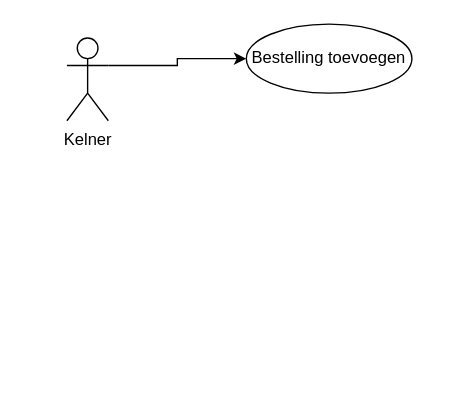
The draw.io diagram page "bestellingen" (1 of 2) of documentatie/usecase/usecase.drawio in Armaniimus/ARE_Galaxy-burger, before the edit. Source tidied: cells renumbered, new cells numbered last; positions are measured from the earlier drawing's top-left corner, leaving out a move shared by most shapes. Both pictures are drawn from the tidied source at 138%, with x=0, y=0 at pixel (66, 23).
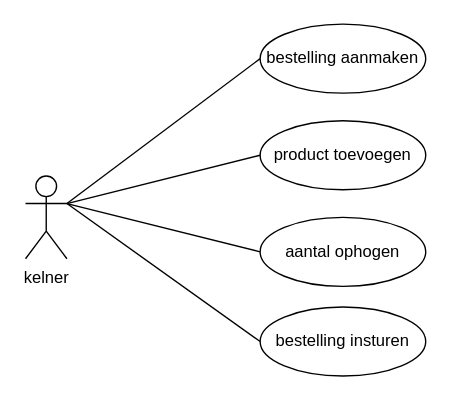
Above is the later version.

Commit message (it also covers changes not shown here):
usecase diagrammen gamaakt #1

Change to the diagram source:
```diff
@@
 <mxGraphModel>
   <root>
     <mxCell id="0" />
     <mxCell id="1" parent="0" />
-    <mxCell id="2" style="edgeStyle=orthogonalEdgeStyle;rounded=0;jettySize=auto;html=1;exitX=1;exitY=0.3333333333333333;exitDx=0;exitDy=0;exitPerimeter=0;entryX=0;entryY=0.5;entryDx=0;entryDy=0;" parent="1" edge="1" source="3" target="4">
-      <mxGeometry relative="1" as="geometry" />
-    </mxCell>
-    <mxCell id="3" value="Kelner" style="shape=umlActor;verticalLabelPosition=bottom;verticalAlign=top;html=1;outlineConnect=0;" parent="1" vertex="1">
-      <mxGeometry y="10" width="30" height="60" as="geometry" />
+    <mxCell id="3" value="kelner" style="shape=umlActor;verticalLabelPosition=bottom;verticalAlign=top;html=1;outlineConnect=0;" parent="1" vertex="1">
+      <mxGeometry x="-30" y="110" width="30" height="60" as="geometry" />
     </mxCell>
-    <mxCell id="4" value="Bestelling toevoegen" style="ellipse;whiteSpace=wrap;html=1;" parent="1" vertex="1">
-      <mxGeometry x="130" width="120" height="50" as="geometry" />
+    <mxCell id="4" value="bestelling aanmaken" style="ellipse;whiteSpace=wrap;html=1;" parent="1" vertex="1">
+      <mxGeometry x="140" width="120" height="50" as="geometry" />
     </mxCell>
+    <mxCell id="5" value="product toevoegen" style="ellipse;whiteSpace=wrap;html=1;" parent="1" vertex="1">
+      <mxGeometry x="140" y="70" width="120" height="50" as="geometry" />
+    </mxCell>
+    <mxCell id="6" value="aantal ophogen" style="ellipse;whiteSpace=wrap;html=1;" parent="1" vertex="1">
+      <mxGeometry x="140" y="140" width="120" height="50" as="geometry" />
+    </mxCell>
+    <mxCell id="7" value="bestelling insturen" style="ellipse;whiteSpace=wrap;html=1;" parent="1" vertex="1">
+      <mxGeometry x="140" y="205" width="120" height="50" as="geometry" />
+    </mxCell>
+    <mxCell id="8" style="endArrow=none;html=1;rounded=0;strokeColor=default;exitX=1;exitY=0.3333333333333333;exitDx=0;exitDy=0;exitPerimeter=0;entryX=0;entryY=0.5;entryDx=0;entryDy=0;" parent="1" edge="1" source="3" target="5">
+      <mxGeometry relative="1" as="geometry" />
+    </mxCell>
+    <mxCell id="2" style="endArrow=none;html=1;rounded=0;strokeColor=default;exitX=1;exitY=0.3333333333333333;exitDx=0;exitDy=0;exitPerimeter=0;entryX=0;entryY=0.5;entryDx=0;entryDy=0;" parent="1" edge="1" source="3" target="4">
+      <mxGeometry relative="1" as="geometry" />
+    </mxCell>
+    <mxCell id="9" style="endArrow=none;html=1;rounded=0;strokeColor=default;exitX=1;exitY=0.3333333333333333;exitDx=0;exitDy=0;exitPerimeter=0;entryX=0;entryY=0.5;entryDx=0;entryDy=0;" parent="1" edge="1" source="3" target="6">
+      <mxGeometry relative="1" as="geometry" />
+    </mxCell>
+    <mxCell id="10" style="endArrow=none;html=1;rounded=0;strokeColor=default;entryX=0;entryY=0.5;entryDx=0;entryDy=0;exitX=1;exitY=0.3333333333333333;exitDx=0;exitDy=0;exitPerimeter=0;" parent="1" edge="1" source="3" target="7">
+      <mxGeometry relative="1" as="geometry" />
+    </mxCell>
   </root>
 </mxGraphModel>
```
